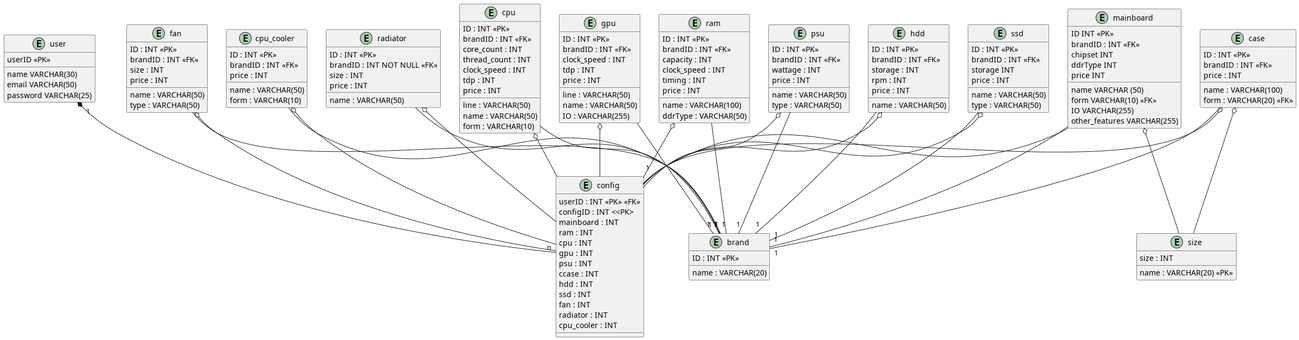
Above: database/ERM.png in osakaruhub/BuildAPC (PlantUML), before the change.
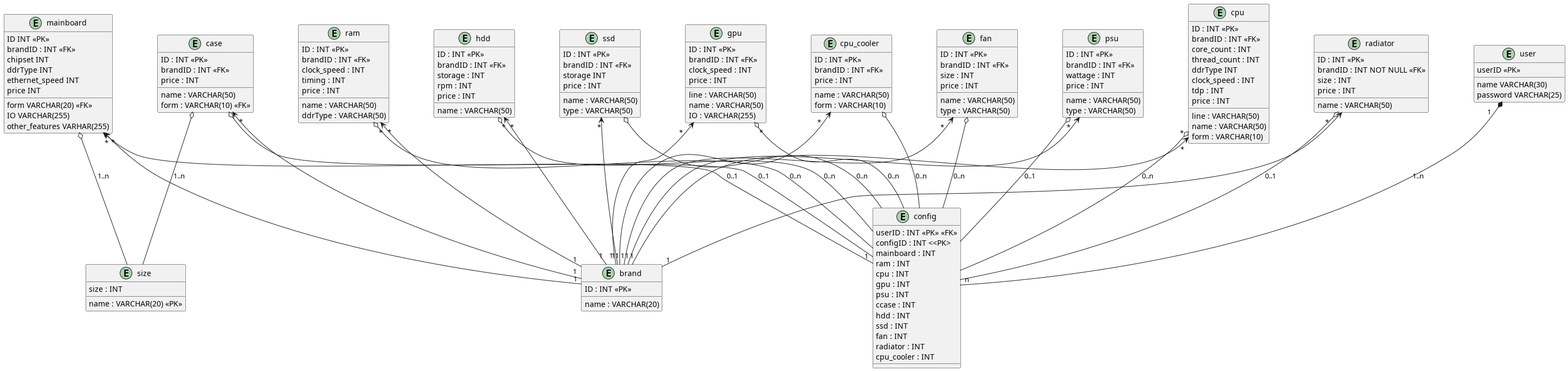
The same diagram one commit later.

Change to the diagram source:
```diff
@@ -4,7 +4,6 @@
 entity "user" {
   userID <<PK>>
   name VARCHAR(30)
-  email VARCHAR(50)
   password VARCHAR(25)
 }
 
@@ -31,13 +30,13 @@
 
 entity "mainboard" {
   ID INT <<PK>>
-  name VARCHAR (50)
   brandID : INT <<FK>>
   chipset INT
-  form VARCHAR(10) <<FK>>
+  form VARCHAR(20) <<FK>>
   ddrType INT
+  ethernet_speed INT
   IO VARCHAR(255)
-  other_features VARCHAR(255)
+  other_features VARHAR(255)
   price INT
 }
 
@@ -48,6 +47,7 @@
   name : VARCHAR(50)
   core_count : INT
   thread_count : INT
+  ddrType INT
   clock_speed : INT
   form : VARCHAR(10)
   tdp : INT
@@ -61,15 +61,13 @@
   name : VARCHAR(50)
   clock_speed : INT
   IO : VARCHAR(255)
-  tdp : INT
   price : INT
 }
 
 entity "ram" {
   ID : INT <<PK>>
   brandID : INT <<FK>>
-  name : VARCHAR(100)
-  capacity : INT
+  name : VARCHAR(50)
   clock_speed : INT
   timing : INT
   ddrType : VARCHAR(50)
@@ -106,8 +104,8 @@
 entity "case" {
   ID : INT <<PK>>
   brandID : INT <<FK>>
-  name : VARCHAR(100)
-  form : VARCHAR(20) <<FK>>
+  name : VARCHAR(50)
+  form : VARCHAR(10) <<FK>>
   price : INT
 }
 
@@ -141,29 +139,30 @@
   price : INT
 }
 
-mainboard -- "1" brand
-cpu -- "1" brand
-gpu -- "1" brand
-ram -- "1" brand
-psu -- "1" brand
-hdd -- "1" brand
-ssd -- "1" brand
-case -- "1" brand
-fan -- "1" brand
-cpu_cooler -- "1" brand
-radiator -- "1" brand
-mainboard -- "1" config
-cpu o-- config
-gpu o-- config
-ram o-- config
-psu o-- config
-hdd o-- config
-ssd o-- config
-case o-- config
-fan o-- config
-cpu_cooler o-- config
-radiator o-- config
-case o-- size
-mainboard o-- size
-user "1" *-- "n" config
+mainboard "*" <-- "1" brand
+cpu "*" <-- "1" brand
+gpu "*" <-- "1" brand
+ram "*" <-- "1" brand
+psu "*" <-- "1" brand
+hdd "*" <-- "1" brand
+ssd "*" <-- "1" brand
+case "*" <-- "1" brand
+fan "*" <-- "1" brand
+cpu_cooler "*" <-- "1" brand
+radiator "*" <-- "1" brand
+mainboard "*" <-- "1" config :  0..1
+cpu "*" o-- config : 0..n
+gpu "*" o-- config : 0..n
+ram "*" o-- config : 0..n
+psu o-- config : 0..1
+hdd "*" o-- config : 0..n
+ssd  o-- config : 0..n
+case o-- config : 0..1
+fan o-- config : 0..n
+cpu_cooler o--  config : 0..n
+radiator o-- config : 0..1
+case o-- size : 1..n
+mainboard o-- size : 1..n
+user "1" *-- "n" config : 1..n
+
 @enduml
```
